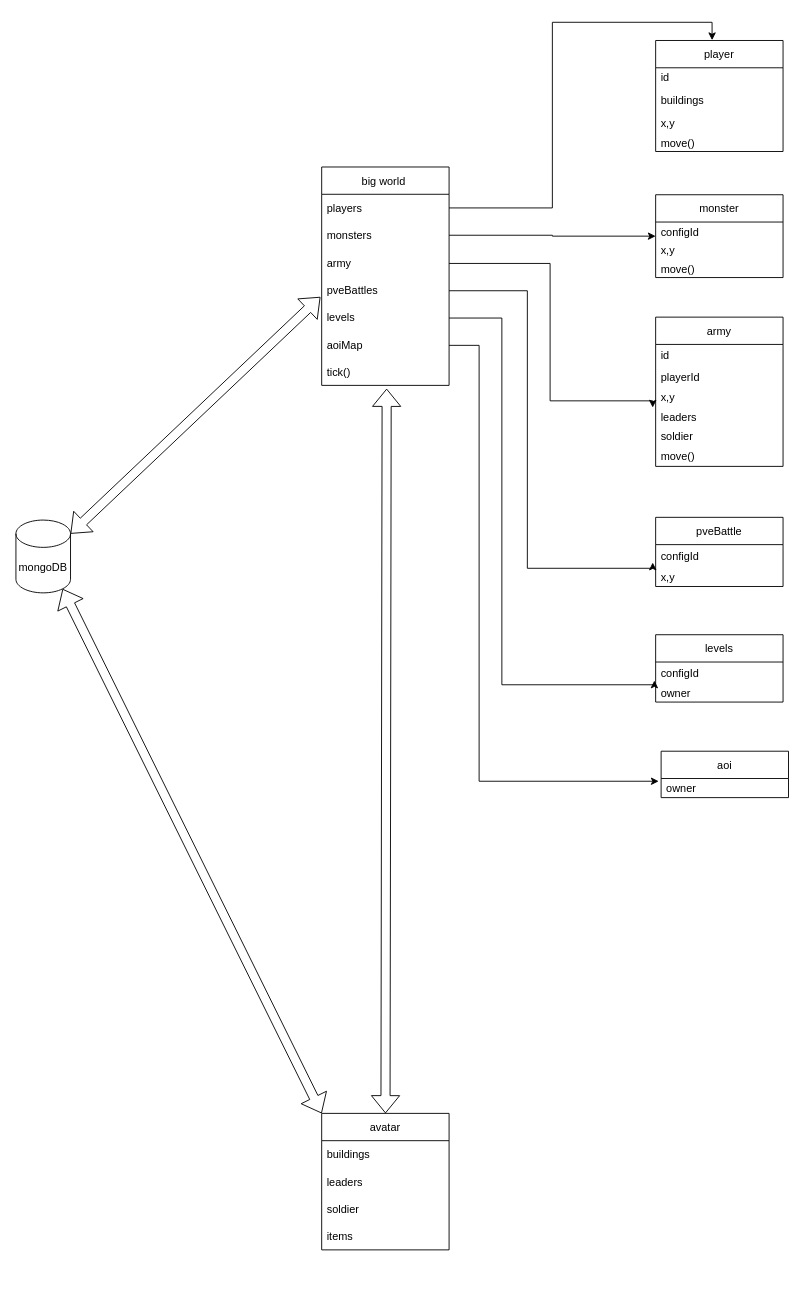
Earlier version of the draw.io diagram Untitled Diagram.drawio (LiuBaiSMD/drawIO). Source tidied: cells renumbered, new cells numbered last; positions are measured from the earlier drawing's top-left corner, leaving out a move shared by most shapes. Both pictures are drawn from the tidied source at 91%, with x=0, y=0 at pixel (15, 40).
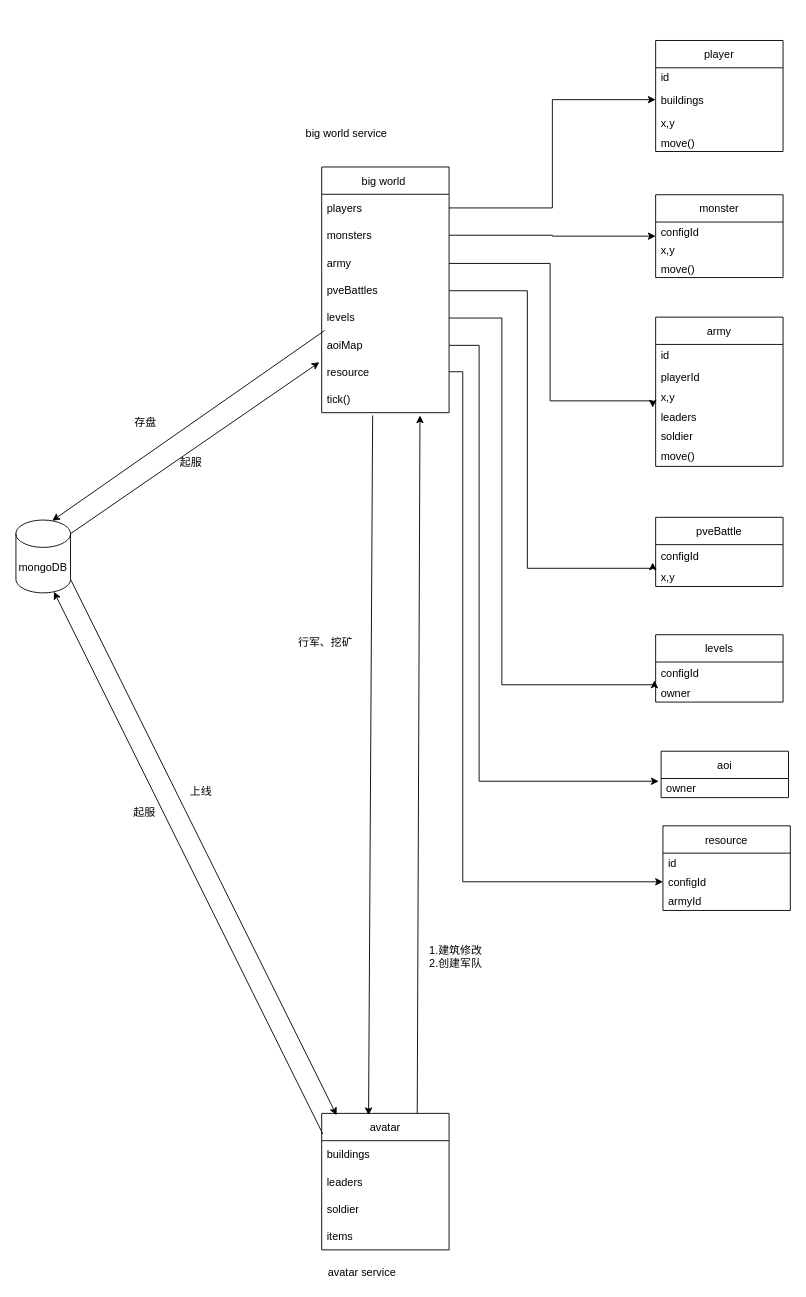
Above is the later version.

The change refers to these unchanged cells:
```xml
<mxCell id="3" value="players" style="text;strokeColor=none;fillColor=none;align=left;verticalAlign=middle;spacingLeft=4;spacingRight=4;overflow=hidden;points=[[0,0.5],[1,0.5]];portConstraint=eastwest;" parent="2" vertex="1">
  <mxGeometry y="30" width="140" height="30" as="geometry" />
</mxCell>
<mxCell id="6" value="pveBattles" style="text;strokeColor=none;fillColor=none;align=left;verticalAlign=middle;spacingLeft=4;spacingRight=4;overflow=hidden;points=[[0,0.5],[1,0.5]];portConstraint=eastwest;" parent="2" vertex="1">
  <mxGeometry y="120" width="140" height="30" as="geometry" />
</mxCell>
<mxCell id="8" value="aoiMap" style="text;strokeColor=none;fillColor=none;align=left;verticalAlign=middle;spacingLeft=4;spacingRight=4;overflow=hidden;points=[[0,0.5],[1,0.5]];portConstraint=eastwest;" parent="2" vertex="1">
  <mxGeometry y="180" width="140" height="30" as="geometry" />
</mxCell>
<mxCell id="10" value="player" style="swimlane;fontStyle=0;horizontal=1;startSize=30;" parent="1" vertex="1">
  <mxGeometry x="703" width="140" height="122" as="geometry" />
</mxCell>
<mxCell id="12" value="buildings" style="text;strokeColor=none;fillColor=none;align=left;verticalAlign=middle;spacingLeft=4;spacingRight=4;overflow=hidden;points=[[0,0.5],[1,0.5]];portConstraint=eastwest;" parent="10" vertex="1">
  <mxGeometry y="50" width="140" height="30" as="geometry" />
</mxCell>
<mxCell id="40" value="avatar" style="swimlane;fontStyle=0;horizontal=1;startSize=30;" parent="1" vertex="1">
  <mxGeometry x="336" y="1179" width="140" height="150" as="geometry" />
</mxCell>
<mxCell id="45" value="mongoDB" style="shape=cylinder3;whiteSpace=wrap;html=1;boundedLbl=1;backgroundOutline=1;size=15;" parent="1" vertex="1">
  <mxGeometry y="527" width="60" height="80" as="geometry" />
</mxCell>
```

Change to the diagram source:
```diff
@@
     <mxCell id="2" value="big world " style="swimlane;fontStyle=0;horizontal=1;startSize=30;" parent="1" vertex="1">
-      <mxGeometry x="336" y="139" width="140" height="240" as="geometry" />
+      <mxGeometry x="336" y="139" width="140" height="270" as="geometry" />
     </mxCell>
@@
-    <mxCell id="9" value="tick()" style="text;strokeColor=none;fillColor=none;align=left;verticalAlign=middle;spacingLeft=4;spacingRight=4;overflow=hidden;points=[[0,0.5],[1,0.5]];portConstraint=eastwest;" parent="2" vertex="1">
+    <mxCell id="9" value="resource" style="text;strokeColor=none;fillColor=none;align=left;verticalAlign=middle;spacingLeft=4;spacingRight=4;overflow=hidden;points=[[0,0.5],[1,0.5]];portConstraint=eastwest;" parent="2" vertex="1">
       <mxGeometry y="210" width="140" height="30" as="geometry" />
     </mxCell>
+    <mxCell id="49" value="tick()" style="text;strokeColor=none;fillColor=none;align=left;verticalAlign=middle;spacingLeft=4;spacingRight=4;overflow=hidden;" parent="2" vertex="1">
+      <mxGeometry y="240" width="140" height="30" as="geometry" />
+    </mxCell>
@@
-    <mxCell id="26" style="edgeStyle=orthogonalEdgeStyle;rounded=0;jettySize=auto;html=1;entryX=0.443;entryY=-0.003;entryDx=0;entryDy=0;exitX=1;exitY=0.5;exitDx=0;exitDy=0;entryPerimeter=0;" parent="1" edge="1" source="3" target="10">
+    <mxCell id="26" style="edgeStyle=orthogonalEdgeStyle;rounded=0;jettySize=auto;html=1;entryX=0;entryY=0.5;entryDx=0;entryDy=0;exitX=1;exitY=0.5;exitDx=0;exitDy=0;" parent="1" edge="1" source="3" target="12">
       <mxGeometry relative="1" as="geometry" />
     </mxCell>
@@
-    <mxCell id="46" style="shape=flexArrow;endArrow=classic;startArrow=classic;html=1;rounded=0;entryX=0.51;entryY=1.12;entryDx=0;entryDy=0;entryPerimeter=0;" parent="1" edge="1" source="40" target="9">
-      <mxGeometry relative="1" as="geometry" />
-    </mxCell>
-    <mxCell id="47" style="shape=flexArrow;endArrow=classic;startArrow=classic;html=1;rounded=0;entryX=-0.01;entryY=0.76;entryDx=0;entryDy=0;entryPerimeter=0;exitX=1;exitY=0;exitDx=0;exitDy=15;exitPerimeter=0;" parent="1" edge="1" source="45" target="6">
-      <mxGeometry relative="1" as="geometry" />
-    </mxCell>
+    <mxCell id="50" style="endArrow=classic;html=1;rounded=0;exitX=0.75;exitY=0;exitDx=0;exitDy=0;" parent="1" edge="1" source="40">
+      <mxGeometry relative="1" as="geometry">
+        <mxPoint x="444" y="412" as="targetPoint" />
+      </mxGeometry>
+    </mxCell>
+    <mxCell id="51" value="1.建筑修改&lt;br&gt;2.创建军队" style="text;html=1;align=center;verticalAlign=middle;strokeColor=none;fillColor=none;" parent="1" vertex="1">
+      <mxGeometry x="449" y="991" width="68" height="32" as="geometry" />
+    </mxCell>
+    <mxCell id="52" style="endArrow=classic;html=1;rounded=0;entryX=0.368;entryY=0.013;entryDx=0;entryDy=0;entryPerimeter=0;" parent="1" edge="1" target="40">
+      <mxGeometry relative="1" as="geometry">
+        <mxPoint x="392" y="412" as="sourcePoint" />
+      </mxGeometry>
+    </mxCell>
+    <mxCell id="53" value="行军、挖矿" style="text;html=1;align=center;verticalAlign=middle;strokeColor=none;fillColor=none;" parent="1" vertex="1">
+      <mxGeometry x="305" y="653" width="70" height="18" as="geometry" />
+    </mxCell>
+    <mxCell id="54" value="resource" style="swimlane;fontStyle=0;horizontal=1;startSize=30;" parent="1" vertex="1">
+      <mxGeometry x="711" y="863" width="140" height="93" as="geometry" />
+    </mxCell>
+    <mxCell id="55" value="id" style="text;strokeColor=none;fillColor=none;align=left;verticalAlign=middle;spacingLeft=4;spacingRight=4;overflow=hidden;" parent="54" vertex="1">
+      <mxGeometry y="30" width="140" height="21" as="geometry" />
+    </mxCell>
+    <mxCell id="56" value="configId" style="text;strokeColor=none;fillColor=none;align=left;verticalAlign=middle;spacingLeft=4;spacingRight=4;overflow=hidden;points=[[0,0.5],[1,0.5]];portConstraint=eastwest;" parent="54" vertex="1">
+      <mxGeometry y="51" width="140" height="21" as="geometry" />
+    </mxCell>
+    <mxCell id="57" value="armyId" style="text;strokeColor=none;fillColor=none;align=left;verticalAlign=middle;spacingLeft=4;spacingRight=4;overflow=hidden;" parent="54" vertex="1">
+      <mxGeometry y="72" width="140" height="21" as="geometry" />
+    </mxCell>
+    <mxCell id="58" style="edgeStyle=orthogonalEdgeStyle;rounded=0;jettySize=auto;html=1;entryX=0;entryY=0.5;entryDx=0;entryDy=0;" parent="1" edge="1" source="9" target="56">
+      <mxGeometry relative="1" as="geometry">
+        <Array as="points">
+          <mxPoint x="491" y="364" />
+          <mxPoint x="491" y="925" />
+        </Array>
+      </mxGeometry>
+    </mxCell>
+    <mxCell id="59" value="avatar service" style="text;html=1;align=center;verticalAlign=middle;strokeColor=none;fillColor=none;" parent="1" vertex="1">
+      <mxGeometry x="337" y="1345" width="85" height="18" as="geometry" />
+    </mxCell>
+    <mxCell id="60" value="big world service" style="text;html=1;align=center;verticalAlign=middle;strokeColor=none;fillColor=none;" parent="1" vertex="1">
+      <mxGeometry x="313" y="94" width="99" height="18" as="geometry" />
+    </mxCell>
+    <mxCell id="61" style="endArrow=classic;html=1;rounded=0;entryX=-0.018;entryY=0.153;entryDx=0;entryDy=0;entryPerimeter=0;exitX=1;exitY=0;exitDx=0;exitDy=15;exitPerimeter=0;" parent="1" edge="1" source="45" target="9">
+      <mxGeometry relative="1" as="geometry" />
+    </mxCell>
+    <mxCell id="62" style="endArrow=classic;html=1;rounded=0;entryX=0.665;entryY=0.009;entryDx=0;entryDy=0;entryPerimeter=0;exitX=0.023;exitY=-0.008;exitDx=0;exitDy=0;exitPerimeter=0;" parent="1" edge="1" source="8" target="45">
+      <mxGeometry relative="1" as="geometry" />
+    </mxCell>
+    <mxCell id="63" value="存盘" style="text;html=1;align=center;verticalAlign=middle;strokeColor=none;fillColor=none;" parent="1" vertex="1">
+      <mxGeometry x="125" y="411" width="34" height="18" as="geometry" />
+    </mxCell>
+    <mxCell id="64" value="起服" style="text;html=1;align=center;verticalAlign=middle;strokeColor=none;fillColor=none;" parent="1" vertex="1">
+      <mxGeometry x="175" y="455" width="34" height="18" as="geometry" />
+    </mxCell>
-    <mxCell id="48" style="shape=flexArrow;endArrow=classic;startArrow=classic;html=1;rounded=0;entryX=0;entryY=0;entryDx=0;entryDy=0;exitX=0.855;exitY=1;exitDx=0;exitDy=-4.35;exitPerimeter=0;" parent="1" edge="1" source="45" target="40">
+    <mxCell id="48" style="endArrow=classic;html=1;rounded=0;entryX=0.117;entryY=0.013;entryDx=0;entryDy=0;entryPerimeter=0;exitX=1;exitY=1;exitDx=0;exitDy=-15;exitPerimeter=0;" parent="1" edge="1" source="45" target="40">
       <mxGeometry relative="1" as="geometry" />
     </mxCell>
+    <mxCell id="65" style="endArrow=classic;html=1;rounded=0;entryX=0.696;entryY=0.985;entryDx=0;entryDy=0;entryPerimeter=0;exitX=0.009;exitY=0.151;exitDx=0;exitDy=0;exitPerimeter=0;" parent="1" edge="1" source="40" target="45">
+      <mxGeometry relative="1" as="geometry" />
+    </mxCell>
+    <mxCell id="66" value="上线" style="text;html=1;align=center;verticalAlign=middle;strokeColor=none;fillColor=none;" parent="1" vertex="1">
+      <mxGeometry x="186" y="817" width="34" height="18" as="geometry" />
+    </mxCell>
+    <mxCell id="67" value="起服" style="text;html=1;align=center;verticalAlign=middle;strokeColor=none;fillColor=none;" parent="1" vertex="1">
+      <mxGeometry x="124" y="840" width="34" height="18" as="geometry" />
+    </mxCell>
```
